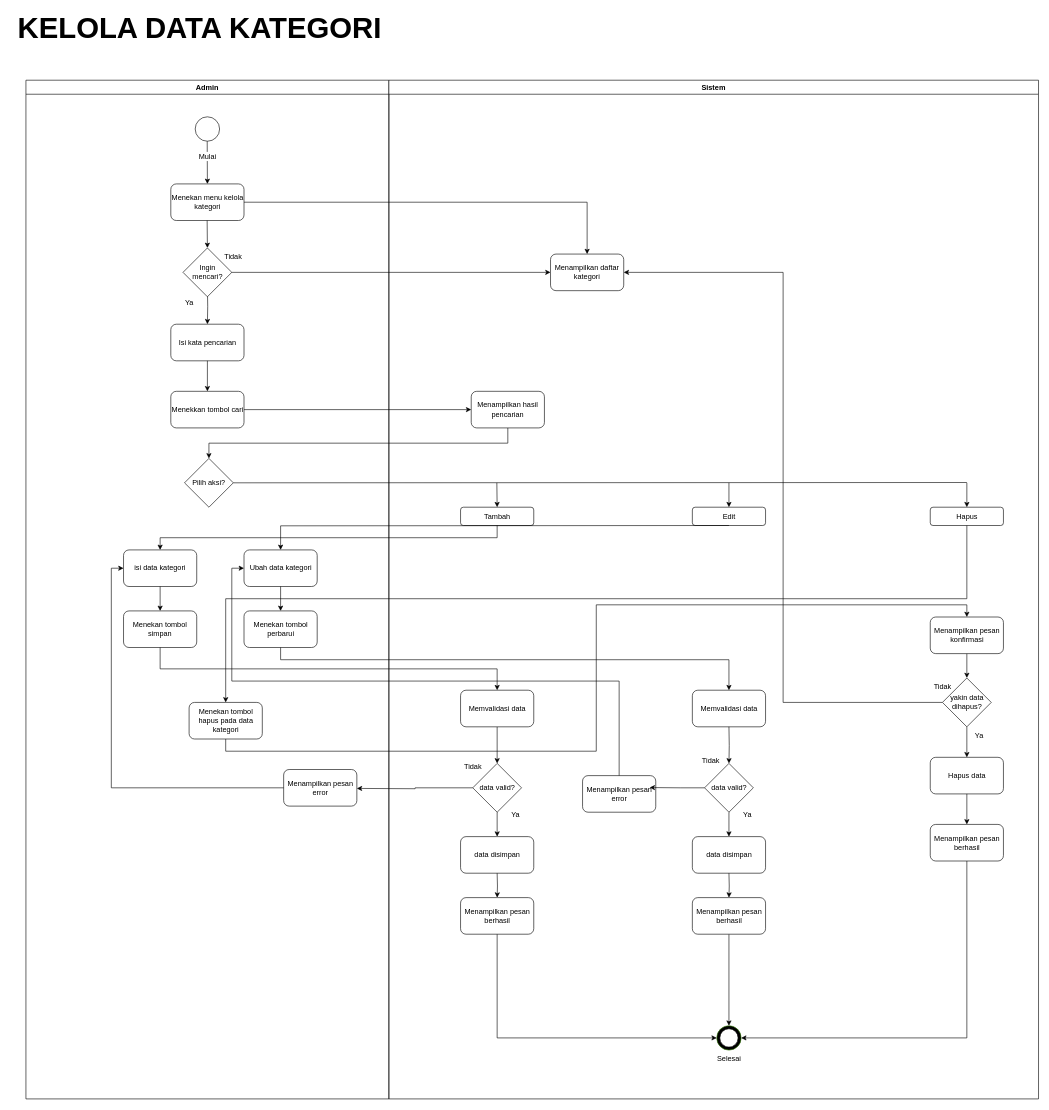
Before: page "Kelola data kategori" (4 of 11) of Diagram Tanpa Judul.drawio in sintaannisa/Aplikasi-Peminjaman-Alat, a draw.io diagram. Source tidied: cells renumbered, new cells numbered last; positions are measured from the earlier drawing's top-left corner, leaving out a move shared by most shapes. Both pictures are drawn from the tidied source at 61%, with x=0, y=0 at pixel (10, 19).
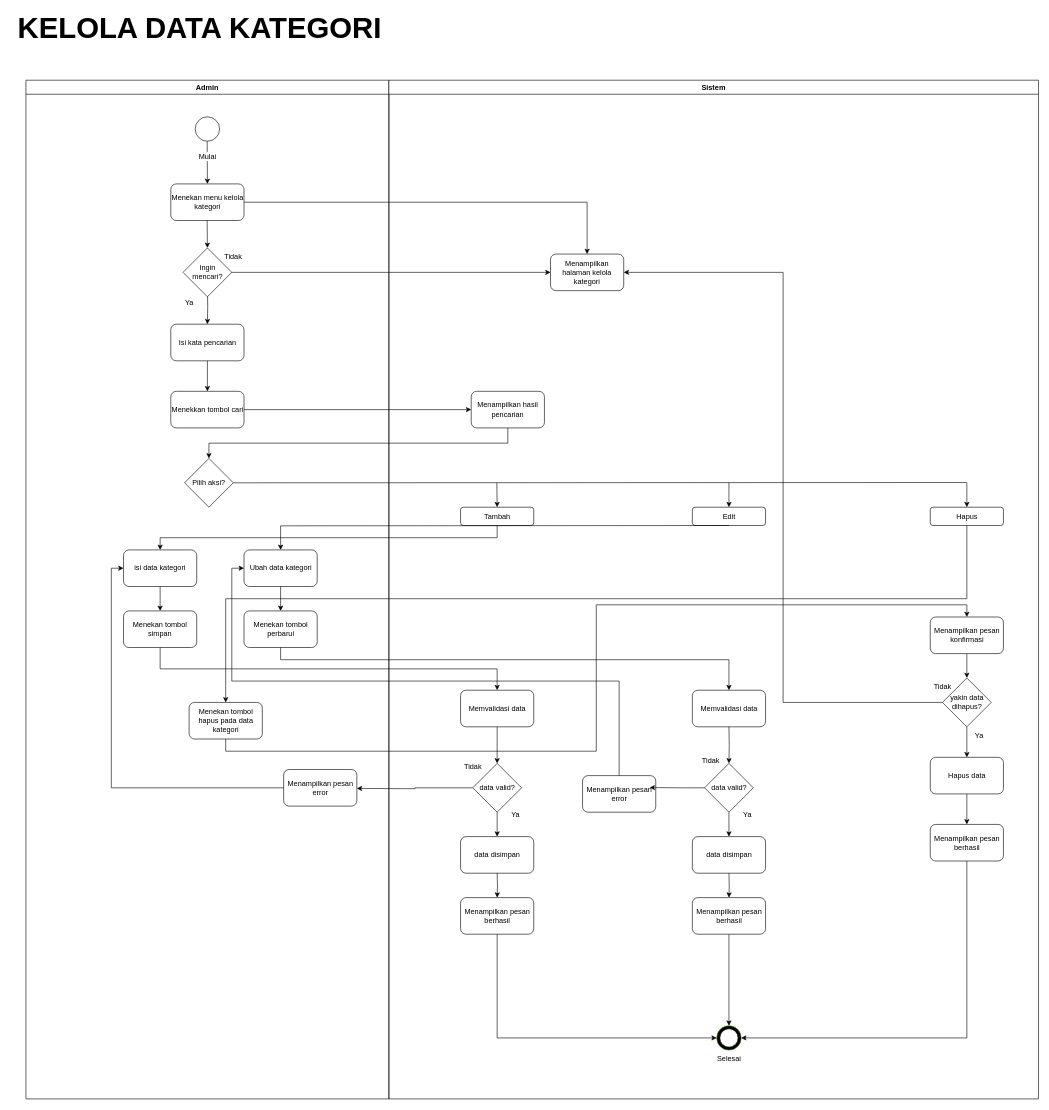
After the change.

Unchanged cells that the change refers to:
```xml
<mxCell id="20" value="Sistem" style="swimlane;whiteSpace=wrap;html=1;" parent="1" vertex="1">
  <mxGeometry x="620" y="100" width="1065" height="1670" as="geometry" />
</mxCell>
```

Diff of the diagram source:
```diff
@@
-    <mxCell id="21" value="Menampilkan daftar kategori" style="rounded=1;whiteSpace=wrap;html=1;" parent="20" vertex="1">
+    <mxCell id="21" value="Menampilkan halaman kelola kategori" style="rounded=1;whiteSpace=wrap;html=1;" parent="20" vertex="1">
       <mxGeometry x="265" y="285" width="120" height="60" as="geometry" />
     </mxCell>
```
